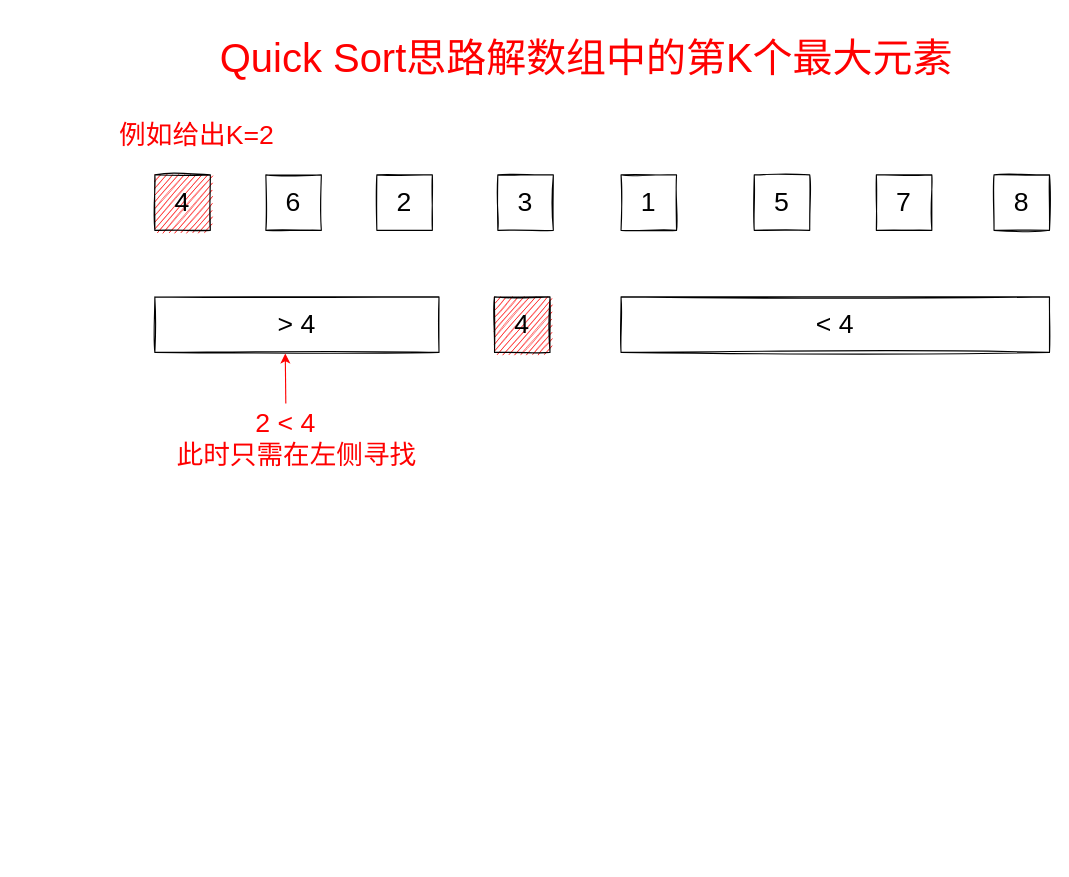
Earlier version of the draw.io diagram AlgorithmDraw/数组中的第K个最大元素.drawio (X1nSea/imgbed). Source tidied: cells renumbered, new cells numbered last; positions are measured from the earlier drawing's top-left corner, leaving out a move shared by most shapes. Both pictures are drawn from the tidied source at 111%, with x=0, y=0 at pixel (52, 19).
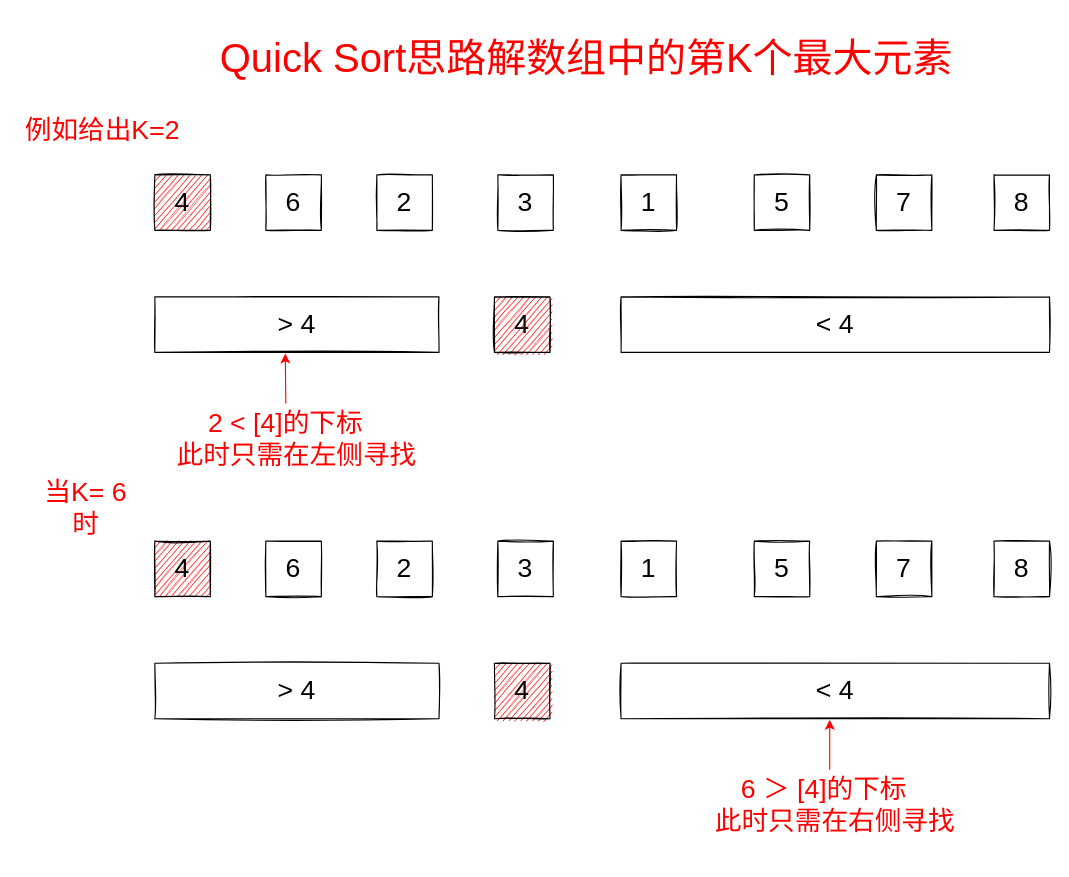
After the change.

Commit message:
Update 数组中的第K个最大元素.drawio

Diff of the diagram source:
```diff
@@
-    <mxCell id="2" value="4" style="rounded=0;whiteSpace=wrap;html=1;sketch=1;fontFamily=中国式手写风;fontSize=24;fillColor=#FF0000;" parent="1" vertex="1">
-      <mxGeometry x="92" y="140" width="50" height="50" as="geometry" />
-    </mxCell>
-    <mxCell id="3" value="6" style="rounded=0;whiteSpace=wrap;html=1;sketch=1;fontFamily=中国式手写风;fontSize=24;" parent="1" vertex="1">
-      <mxGeometry x="192" y="140" width="50" height="50" as="geometry" />
-    </mxCell>
-    <mxCell id="4" value="2" style="rounded=0;whiteSpace=wrap;html=1;sketch=1;fontFamily=中国式手写风;fontSize=24;" parent="1" vertex="1">
-      <mxGeometry x="292" y="140" width="50" height="50" as="geometry" />
-    </mxCell>
-    <mxCell id="5" value="3" style="rounded=0;whiteSpace=wrap;html=1;sketch=1;fontFamily=中国式手写风;fontSize=24;" parent="1" vertex="1">
-      <mxGeometry x="401" y="140" width="50" height="50" as="geometry" />
-    </mxCell>
-    <mxCell id="6" value="1" style="rounded=0;whiteSpace=wrap;html=1;sketch=1;fontFamily=中国式手写风;fontSize=24;" parent="1" vertex="1">
-      <mxGeometry x="512" y="140" width="50" height="50" as="geometry" />
-    </mxCell>
-    <mxCell id="7" value="5" style="rounded=0;whiteSpace=wrap;html=1;sketch=1;fontFamily=中国式手写风;fontSize=24;" parent="1" vertex="1">
-      <mxGeometry x="632" y="140" width="50" height="50" as="geometry" />
-    </mxCell>
-    <mxCell id="8" value="7" style="rounded=0;whiteSpace=wrap;html=1;sketch=1;fontFamily=中国式手写风;fontSize=24;" parent="1" vertex="1">
-      <mxGeometry x="742" y="140" width="50" height="50" as="geometry" />
-    </mxCell>
-    <mxCell id="9" value="8" style="rounded=0;whiteSpace=wrap;html=1;sketch=1;fontFamily=中国式手写风;fontSize=24;" parent="1" vertex="1">
-      <mxGeometry x="848" y="140" width="50" height="50" as="geometry" />
-    </mxCell>
-    <mxCell id="10" value="&amp;gt; 4" style="rounded=0;whiteSpace=wrap;html=1;sketch=1;fontFamily=中国式手写风;fontSize=24;" parent="1" vertex="1">
-      <mxGeometry x="92" y="250" width="256" height="50" as="geometry" />
-    </mxCell>
-    <mxCell id="11" value="4" style="rounded=0;whiteSpace=wrap;html=1;sketch=1;fontFamily=中国式手写风;fontSize=24;fillColor=#FF0000;" parent="1" vertex="1">
-      <mxGeometry x="398" y="250" width="50" height="50" as="geometry" />
-    </mxCell>
-    <mxCell id="12" value="&amp;lt; 4" style="rounded=0;whiteSpace=wrap;html=1;sketch=1;fontFamily=中国式手写风;fontSize=24;" parent="1" vertex="1">
-      <mxGeometry x="512" y="250" width="386" height="50" as="geometry" />
-    </mxCell>
+    <mxCell id="18" value="4" style="rounded=0;whiteSpace=wrap;html=1;sketch=1;fontFamily=中国式手写风;fontSize=24;fillColor=#FF0000;" parent="1" vertex="1">
+      <mxGeometry x="92" y="140" width="50" height="50" as="geometry" />
+    </mxCell>
+    <mxCell id="19" value="6" style="rounded=0;whiteSpace=wrap;html=1;sketch=1;fontFamily=中国式手写风;fontSize=24;" parent="1" vertex="1">
+      <mxGeometry x="192" y="140" width="50" height="50" as="geometry" />
+    </mxCell>
+    <mxCell id="20" value="2" style="rounded=0;whiteSpace=wrap;html=1;sketch=1;fontFamily=中国式手写风;fontSize=24;" parent="1" vertex="1">
+      <mxGeometry x="292" y="140" width="50" height="50" as="geometry" />
+    </mxCell>
+    <mxCell id="21" value="3" style="rounded=0;whiteSpace=wrap;html=1;sketch=1;fontFamily=中国式手写风;fontSize=24;" parent="1" vertex="1">
+      <mxGeometry x="401" y="140" width="50" height="50" as="geometry" />
+    </mxCell>
+    <mxCell id="22" value="1" style="rounded=0;whiteSpace=wrap;html=1;sketch=1;fontFamily=中国式手写风;fontSize=24;" parent="1" vertex="1">
+      <mxGeometry x="512" y="140" width="50" height="50" as="geometry" />
+    </mxCell>
+    <mxCell id="23" value="5" style="rounded=0;whiteSpace=wrap;html=1;sketch=1;fontFamily=中国式手写风;fontSize=24;" parent="1" vertex="1">
+      <mxGeometry x="632" y="140" width="50" height="50" as="geometry" />
+    </mxCell>
+    <mxCell id="24" value="7" style="rounded=0;whiteSpace=wrap;html=1;sketch=1;fontFamily=中国式手写风;fontSize=24;" parent="1" vertex="1">
+      <mxGeometry x="742" y="140" width="50" height="50" as="geometry" />
+    </mxCell>
+    <mxCell id="25" value="8" style="rounded=0;whiteSpace=wrap;html=1;sketch=1;fontFamily=中国式手写风;fontSize=24;" parent="1" vertex="1">
+      <mxGeometry x="848" y="140" width="50" height="50" as="geometry" />
+    </mxCell>
+    <mxCell id="26" value="&amp;gt; 4" style="rounded=0;whiteSpace=wrap;html=1;sketch=1;fontFamily=中国式手写风;fontSize=24;" parent="1" vertex="1">
+      <mxGeometry x="92" y="250" width="256" height="50" as="geometry" />
+    </mxCell>
+    <mxCell id="27" value="4" style="rounded=0;whiteSpace=wrap;html=1;sketch=1;fontFamily=中国式手写风;fontSize=24;fillColor=#FF0000;" parent="1" vertex="1">
+      <mxGeometry x="398" y="250" width="50" height="50" as="geometry" />
+    </mxCell>
+    <mxCell id="28" value="&amp;lt; 4" style="rounded=0;whiteSpace=wrap;html=1;sketch=1;fontFamily=中国式手写风;fontSize=24;" parent="1" vertex="1">
+      <mxGeometry x="512" y="250" width="386" height="50" as="geometry" />
+    </mxCell>
     <mxCell id="13" value="&lt;font color=&quot;#ff0000&quot;&gt;例如给出K=2&lt;/font&gt;" style="text;html=1;strokeColor=none;fillColor=none;align=center;verticalAlign=middle;whiteSpace=wrap;rounded=0;sketch=1;fontFamily=中国式手写风;fontSize=24;" parent="1" vertex="1">
-      <mxGeometry y="60" width="260" height="90" as="geometry" />
+      <mxGeometry x="-30" y="70" width="150" height="60" as="geometry" />
     </mxCell>
@@
-    <mxCell id="15" value="2 &amp;lt; 4" style="text;html=1;strokeColor=none;fillColor=none;align=center;verticalAlign=middle;whiteSpace=wrap;rounded=0;sketch=1;fontFamily=中国式手写风;fontSize=24;fontColor=#FF0000;" parent="1" vertex="1">
-      <mxGeometry x="130" y="346" width="160" height="36" as="geometry" />
-    </mxCell>
-    <mxCell id="16" style="endArrow=classic;html=1;fontFamily=中国式手写风;fontSize=24;fontColor=#FF0000;exitX=0.5;exitY=0;exitDx=0;exitDy=0;entryX=0.459;entryY=1.02;entryDx=0;entryDy=0;entryPerimeter=0;curved=1;strokeColor=#FF0000;" parent="1" edge="1" source="15" target="10">
-      <mxGeometry relative="1" as="geometry" />
-    </mxCell>
+    <mxCell id="29" value="2 &amp;lt; [4]的下标" style="text;html=1;strokeColor=none;fillColor=none;align=center;verticalAlign=middle;whiteSpace=wrap;rounded=0;sketch=1;fontFamily=中国式手写风;fontSize=24;fontColor=#FF0000;" parent="1" vertex="1">
+      <mxGeometry x="130" y="346" width="160" height="36" as="geometry" />
+    </mxCell>
+    <mxCell id="30" style="endArrow=classic;html=1;fontFamily=中国式手写风;fontSize=24;fontColor=#FF0000;exitX=0.5;exitY=0;exitDx=0;exitDy=0;entryX=0.459;entryY=1.02;entryDx=0;entryDy=0;entryPerimeter=0;curved=1;strokeColor=#FF0000;" parent="1" edge="1" source="29" target="26">
+      <mxGeometry relative="1" as="geometry" />
+    </mxCell>
@@
+    <mxCell id="31" value="4" style="rounded=0;whiteSpace=wrap;html=1;sketch=1;fontFamily=中国式手写风;fontSize=24;fillColor=#FF0000;" parent="1" vertex="1">
+      <mxGeometry x="92" y="470" width="50" height="50" as="geometry" />
+    </mxCell>
+    <mxCell id="32" value="6" style="rounded=0;whiteSpace=wrap;html=1;sketch=1;fontFamily=中国式手写风;fontSize=24;" parent="1" vertex="1">
+      <mxGeometry x="192" y="470" width="50" height="50" as="geometry" />
+    </mxCell>
+    <mxCell id="33" value="2" style="rounded=0;whiteSpace=wrap;html=1;sketch=1;fontFamily=中国式手写风;fontSize=24;" parent="1" vertex="1">
+      <mxGeometry x="292" y="470" width="50" height="50" as="geometry" />
+    </mxCell>
+    <mxCell id="34" value="3" style="rounded=0;whiteSpace=wrap;html=1;sketch=1;fontFamily=中国式手写风;fontSize=24;" parent="1" vertex="1">
+      <mxGeometry x="401" y="470" width="50" height="50" as="geometry" />
+    </mxCell>
+    <mxCell id="35" value="1" style="rounded=0;whiteSpace=wrap;html=1;sketch=1;fontFamily=中国式手写风;fontSize=24;" parent="1" vertex="1">
+      <mxGeometry x="512" y="470" width="50" height="50" as="geometry" />
+    </mxCell>
+    <mxCell id="36" value="5" style="rounded=0;whiteSpace=wrap;html=1;sketch=1;fontFamily=中国式手写风;fontSize=24;" parent="1" vertex="1">
+      <mxGeometry x="632" y="470" width="50" height="50" as="geometry" />
+    </mxCell>
+    <mxCell id="37" value="7" style="rounded=0;whiteSpace=wrap;html=1;sketch=1;fontFamily=中国式手写风;fontSize=24;" parent="1" vertex="1">
+      <mxGeometry x="742" y="470" width="50" height="50" as="geometry" />
+    </mxCell>
+    <mxCell id="38" value="8" style="rounded=0;whiteSpace=wrap;html=1;sketch=1;fontFamily=中国式手写风;fontSize=24;" parent="1" vertex="1">
+      <mxGeometry x="848" y="470" width="50" height="50" as="geometry" />
+    </mxCell>
+    <mxCell id="39" value="&amp;gt; 4" style="rounded=0;whiteSpace=wrap;html=1;sketch=1;fontFamily=中国式手写风;fontSize=24;" parent="1" vertex="1">
+      <mxGeometry x="92" y="580" width="256" height="50" as="geometry" />
+    </mxCell>
+    <mxCell id="40" value="4" style="rounded=0;whiteSpace=wrap;html=1;sketch=1;fontFamily=中国式手写风;fontSize=24;fillColor=#FF0000;" parent="1" vertex="1">
+      <mxGeometry x="398" y="580" width="50" height="50" as="geometry" />
+    </mxCell>
+    <mxCell id="41" value="&amp;lt; 4" style="rounded=0;whiteSpace=wrap;html=1;sketch=1;fontFamily=中国式手写风;fontSize=24;" parent="1" vertex="1">
+      <mxGeometry x="512" y="580" width="386" height="50" as="geometry" />
+    </mxCell>
+    <mxCell id="42" value="&lt;font color=&quot;#ff0000&quot;&gt;当K= 6时&lt;/font&gt;" style="text;html=1;strokeColor=none;fillColor=none;align=center;verticalAlign=middle;whiteSpace=wrap;rounded=0;sketch=1;fontFamily=中国式手写风;fontSize=24;" parent="1" vertex="1">
+      <mxGeometry x="-20" y="410" width="100" height="60" as="geometry" />
+    </mxCell>
+    <mxCell id="43" value="此时只需在右侧寻找" style="text;html=1;strokeColor=none;fillColor=none;align=center;verticalAlign=middle;whiteSpace=wrap;rounded=0;sketch=1;fontFamily=中国式手写风;fontSize=24;fontColor=#FF0000;" parent="1" vertex="1">
+      <mxGeometry x="590" y="690" width="230" height="66" as="geometry" />
+    </mxCell>
+    <mxCell id="44" value="6 ＞ [4]的下标" style="text;html=1;strokeColor=none;fillColor=none;align=center;verticalAlign=middle;whiteSpace=wrap;rounded=0;sketch=1;fontFamily=中国式手写风;fontSize=24;fontColor=#FF0000;" parent="1" vertex="1">
+      <mxGeometry x="615" y="676" width="160" height="36" as="geometry" />
+    </mxCell>
+    <mxCell id="45" style="endArrow=classic;html=1;fontFamily=中国式手写风;fontSize=24;fontColor=#FF0000;curved=1;strokeColor=#FF0000;" parent="1" edge="1">
+      <mxGeometry relative="1" as="geometry">
+        <mxPoint x="700" y="676" as="sourcePoint" />
+        <mxPoint x="700" y="631" as="targetPoint" />
+      </mxGeometry>
+    </mxCell>
```
